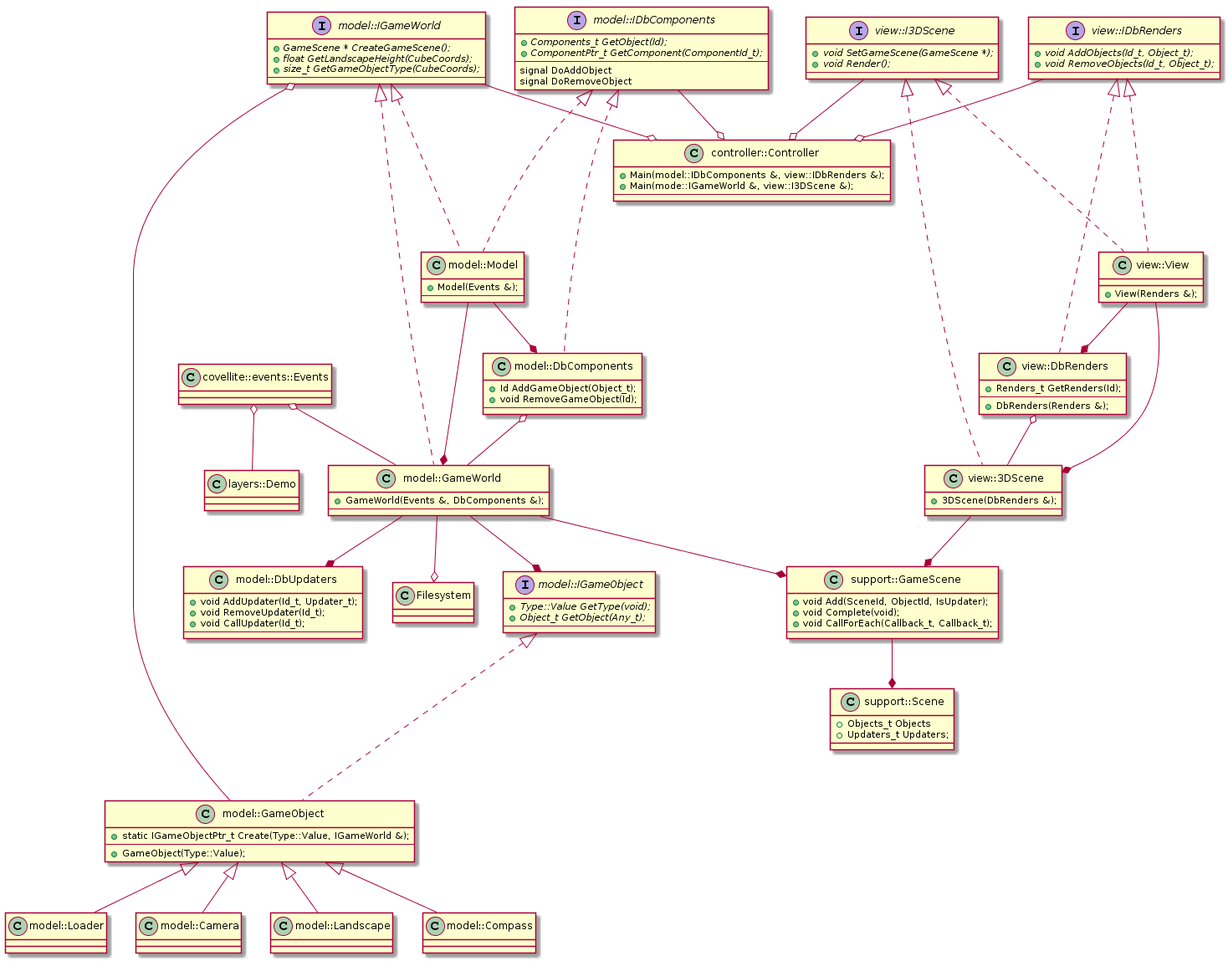
This is Covellitepp/ExampleDemo.classes.png from Unicornum/Unicornum.github.io, a PlantUML export, as it was before one commit.
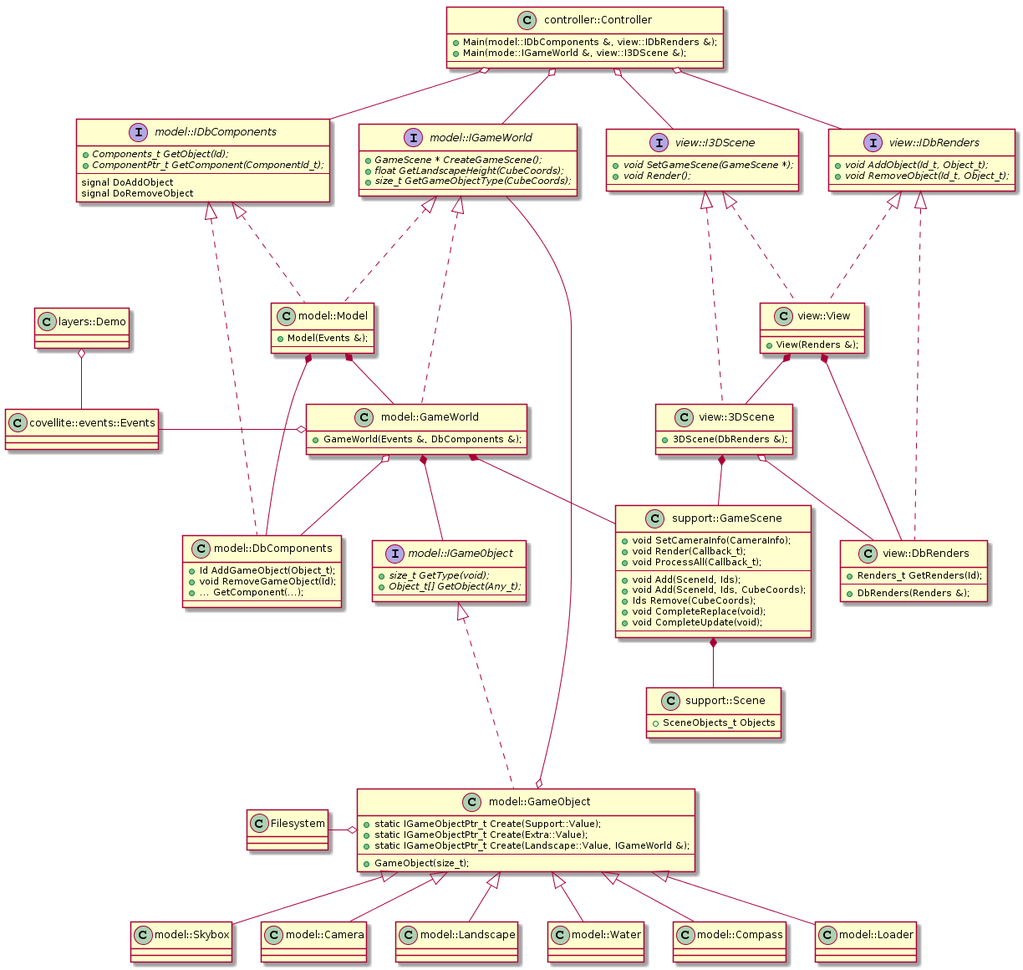
The same diagram one commit later.

The edit, as a diff of the source:
```diff
@@ -34,24 +34,27 @@
 {
   + Id AddGameObject(Object_t);
   + void RemoveGameObject(Id);
+  + ... GetComponent(...);
   ---
 }
 
 interface model_IGameObject as "model::IGameObject"
 {
-  {abstract} + Type::Value GetType(void);
-  {abstract} + Object_t GetObject(Any_t);
+  {abstract} + size_t GetType(void);
+  {abstract} + Object_t[] GetObject(Any_t);
   ---
 }
 
 class model_GameObject as "model::GameObject"
 {
-  + static IGameObjectPtr_t Create(Type::Value, IGameWorld &);
+  + static IGameObjectPtr_t Create(Support::Value);
+  + static IGameObjectPtr_t Create(Extra::Value);
+  + static IGameObjectPtr_t Create(Landscape::Value, IGameWorld &);
   ---
-  + GameObject(Type::Value);
+  + GameObject(size_t);
 }
 
-class model_Loader as "model::Loader"
+class model_Skybox as "model::Skybox"
 {
 }
 
@@ -63,7 +66,15 @@
 {
 }
 
+class model_Water as "model::Water"
+{
+}
+
 class model_Compass as "model::Compass"
+{
+}
+
+class model_Loader as "model::Loader"
 {
 }
 
@@ -73,52 +84,51 @@
   ---
 }
 
-class model_DbUpdaters as "model::DbUpdaters"
-{
-  + void AddUpdater(Id_t, Updater_t);
-  + void RemoveUpdater(Id_t);
-  + void CallUpdater(Id_t);
-  ---
-}
-
 class model_GameScene as "support::GameScene"
 {
-  + void Add(SceneId, ObjectId, IsUpdater);
-  + void Complete(void);
-  + void CallForEach(Callback_t, Callback_t);
+  + void SetCameraInfo(CameraInfo);
+  + void Render(Callback_t);
+  + void ProcessAll(Callback_t);
+  ---
+  + void Add(SceneId, Ids);
+  + void Add(SceneId, Ids, CubeCoords);
+  + Ids Remove(CubeCoords);
+  + void CompleteReplace(void);
+  + void CompleteUpdate(void);
   ---
 }
 
 class model_Scene as "support::Scene"
 {
-  + Objects_t Objects
-  + Updaters_t Updaters;
+  + SceneObjects_t Objects
 }
 
 model_IComponents <|-.- model_Components
 model_IComponents <|-.- model_Main
 model_IGameWorld <|-.- model_GameWorld
 model_IGameWorld <|-.- model_Main
-model_Main --* model_Components
-model_Main --* model_GameWorld
-model_Components o-- model_GameWorld
+model_Main *-- model_Components
+model_Main *-- model_GameWorld
+model_GameWorld o-- model_Components
 
-model_GameWorld --* model_IGameObject
-model_GameWorld --o Filesystem
-model_GameWorld --* model_DbUpdaters
-model_GameWorld --* model_GameScene
+model_GameWorld *-- model_IGameObject
+model_GameWorld *-- model_GameScene
 
 model_IGameObject <|-.- model_GameObject
-model_IGameWorld o-- model_GameObject
-model_GameObject <|-- model_Loader
+model_IGameWorld --o model_GameObject
+
+model_GameObject o---left--- Filesystem
+model_GameObject <|-- model_Skybox
 model_GameObject <|-- model_Camera
 model_GameObject <|-- model_Landscape
+model_GameObject <|-- model_Water
 model_GameObject <|-- model_Compass
+model_GameObject <|-- model_Loader
 
-model_GameScene --* model_Scene
+model_GameScene *-- model_Scene
 
-Events o-- model_GameWorld
-Events o-- GuiPanels
+model_GameWorld o-left- Events
+GuiPanels o-- Events
 
 interface view_IScene as "view::I3DScene"
 {
@@ -129,8 +139,8 @@
 
 interface view_IRenders as "view::IDbRenders"
 {
-  {abstract} + void AddObjects(Id_t, Object_t);
-  {abstract} + void RemoveObjects(Id_t, Object_t);
+  {abstract} + void AddObject(Id_t, Object_t);
+  {abstract} + void RemoveObject(Id_t, Object_t);
   ---
 }
 
@@ -156,10 +166,10 @@
 view_IRenders <|-.- view_Main
 view_IScene <|-.- view_3DScene
 view_IScene <|-.- view_Main
-view_Main --* view_Renders
-view_Main --* view_3DScene
-view_Renders o-- view_3DScene
-view_3DScene --* model_GameScene
+view_Main *-- view_Renders
+view_Main *-- view_3DScene
+view_3DScene o-- view_Renders
+view_3DScene *-- model_GameScene
 
 class controller_Main as "controller::Controller"
 {
@@ -168,8 +178,8 @@
   ---
 }
 
-model_IGameWorld --o controller_Main
-model_IComponents --o controller_Main
-view_IScene --o controller_Main
-view_IRenders --o controller_Main
+controller_Main o-- model_IGameWorld
+controller_Main o-- model_IComponents
+controller_Main o-- view_IScene
+controller_Main o-- view_IRenders
 @enduml
```
